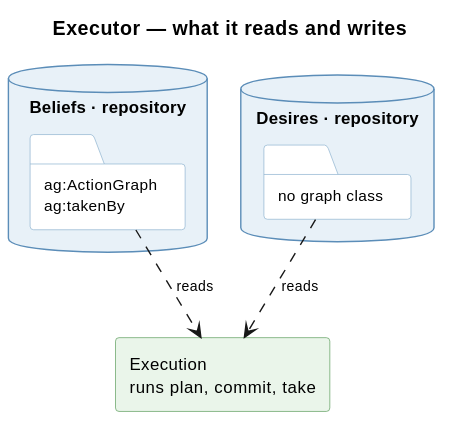
Before: knowledge/diagrams/service-executor.svg, a diagram exported from PlantUML (ShishkinDmitriy/orexis).
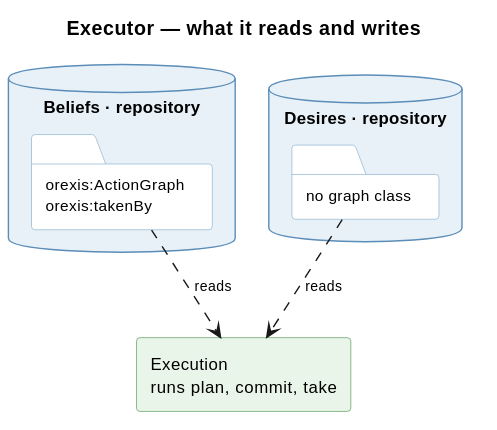
The same diagram one commit later.

Change to the diagram source:
```diff
@@ -22,7 +22,7 @@
 
 
 database "Beliefs · repository" as BEL {
-  folder "ag:ActionGraph\nag:takenBy" as A
+  folder "orexis:ActionGraph\norexis:takenBy" as A
 }
 
 database "Desires · repository" as DES {
```
